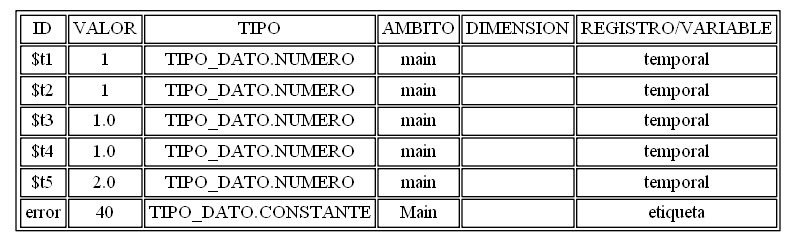
sgleal97/vacas_compi keeps this Graphviz diagram as tsg.png. Above is the earlier version. Its source is kept beside it as tsg.dot.
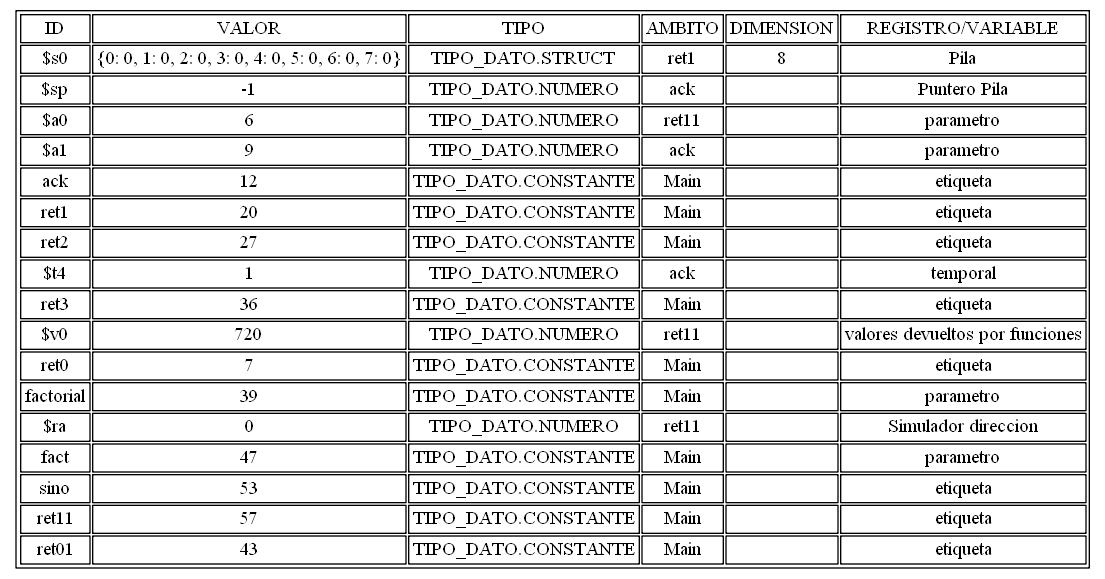
The same diagram one commit later.

Diff of the diagram source:
```diff
@@ -10,43 +10,121 @@
 <td>AMBITO</td>
 <td>DIMENSION</td><td>REGISTRO/VARIABLE</td></tr>
 <tr>
-<td>$t1</td>
+<td>$s0</td>
+<td>{0: 0, 1: 0, 2: 0, 3: 0, 4: 0, 5: 0, 6: 0, 7: 0}</td>
+<td>TIPO_DATO.STRUCT</td>
+<td>ret1</td>
+<td>8</td>
+<td>Pila</td>
+</tr>
+<tr>
+<td>$sp</td>
+<td>-1</td>
+<td>TIPO_DATO.NUMERO</td>
+<td>ack</td>
+<td> </td><td>Puntero Pila</td>
+</tr>
+<tr>
+<td>$a0</td>
+<td>6</td>
+<td>TIPO_DATO.NUMERO</td>
+<td>ret11</td>
+<td> </td><td>parametro</td>
+</tr>
+<tr>
+<td>$a1</td>
+<td>9</td>
+<td>TIPO_DATO.NUMERO</td>
+<td>ack</td>
+<td> </td><td>parametro</td>
+</tr>
+<tr>
+<td>ack</td>
+<td>12</td>
+<td>TIPO_DATO.CONSTANTE</td>
+<td>Main</td>
+<td> </td><td>etiqueta</td>
+</tr>
+<tr>
+<td>ret1</td>
+<td>20</td>
+<td>TIPO_DATO.CONSTANTE</td>
+<td>Main</td>
+<td> </td><td>etiqueta</td>
+</tr>
+<tr>
+<td>ret2</td>
+<td>27</td>
+<td>TIPO_DATO.CONSTANTE</td>
+<td>Main</td>
+<td> </td><td>etiqueta</td>
+</tr>
+<tr>
+<td>$t4</td>
 <td>1</td>
 <td>TIPO_DATO.NUMERO</td>
-<td>main</td>
+<td>ack</td>
 <td> </td><td>temporal</td>
 </tr>
 <tr>
-<td>$t2</td>
-<td>1</td>
-<td>TIPO_DATO.NUMERO</td>
-<td>main</td>
-<td> </td><td>temporal</td>
+<td>ret3</td>
+<td>36</td>
+<td>TIPO_DATO.CONSTANTE</td>
+<td>Main</td>
+<td> </td><td>etiqueta</td>
 </tr>
 <tr>
-<td>$t3</td>
-<td>1.0</td>
+<td>$v0</td>
+<td>720</td>
 <td>TIPO_DATO.NUMERO</td>
-<td>main</td>
-<td> </td><td>temporal</td>
+<td>ret11</td>
+<td> </td><td>valores devueltos por funciones</td>
 </tr>
 <tr>
-<td>$t4</td>
-<td>1.0</td>
-<td>TIPO_DATO.NUMERO</td>
-<td>main</td>
-<td> </td><td>temporal</td>
+<td>ret0</td>
+<td>7</td>
+<td>TIPO_DATO.CONSTANTE</td>
+<td>Main</td>
+<td> </td><td>etiqueta</td>
 </tr>
 <tr>
-<td>$t5</td>
-<td>2.0</td>
-<td>TIPO_DATO.NUMERO</td>
-<td>main</td>
-<td> </td><td>temporal</td>
+<td>factorial</td>
+<td>39</td>
+<td>TIPO_DATO.CONSTANTE</td>
+<td>Main</td>
+<td> </td><td>parametro</td>
 </tr>
 <tr>
-<td>error</td>
-<td>2</td>
+<td>$ra</td>
+<td>0</td>
+<td>TIPO_DATO.NUMERO</td>
+<td>ret11</td>
+<td> </td><td>Simulador direccion</td>
+</tr>
+<tr>
+<td>fact</td>
+<td>47</td>
+<td>TIPO_DATO.CONSTANTE</td>
+<td>Main</td>
+<td> </td><td>parametro</td>
+</tr>
+<tr>
+<td>sino</td>
+<td>53</td>
+<td>TIPO_DATO.CONSTANTE</td>
+<td>Main</td>
+<td> </td><td>etiqueta</td>
+</tr>
+<tr>
+<td>ret11</td>
+<td>57</td>
+<td>TIPO_DATO.CONSTANTE</td>
+<td>Main</td>
+<td> </td><td>etiqueta</td>
+</tr>
+<tr>
+<td>ret01</td>
+<td>43</td>
 <td>TIPO_DATO.CONSTANTE</td>
 <td>Main</td>
 <td> </td><td>etiqueta</td>
```
